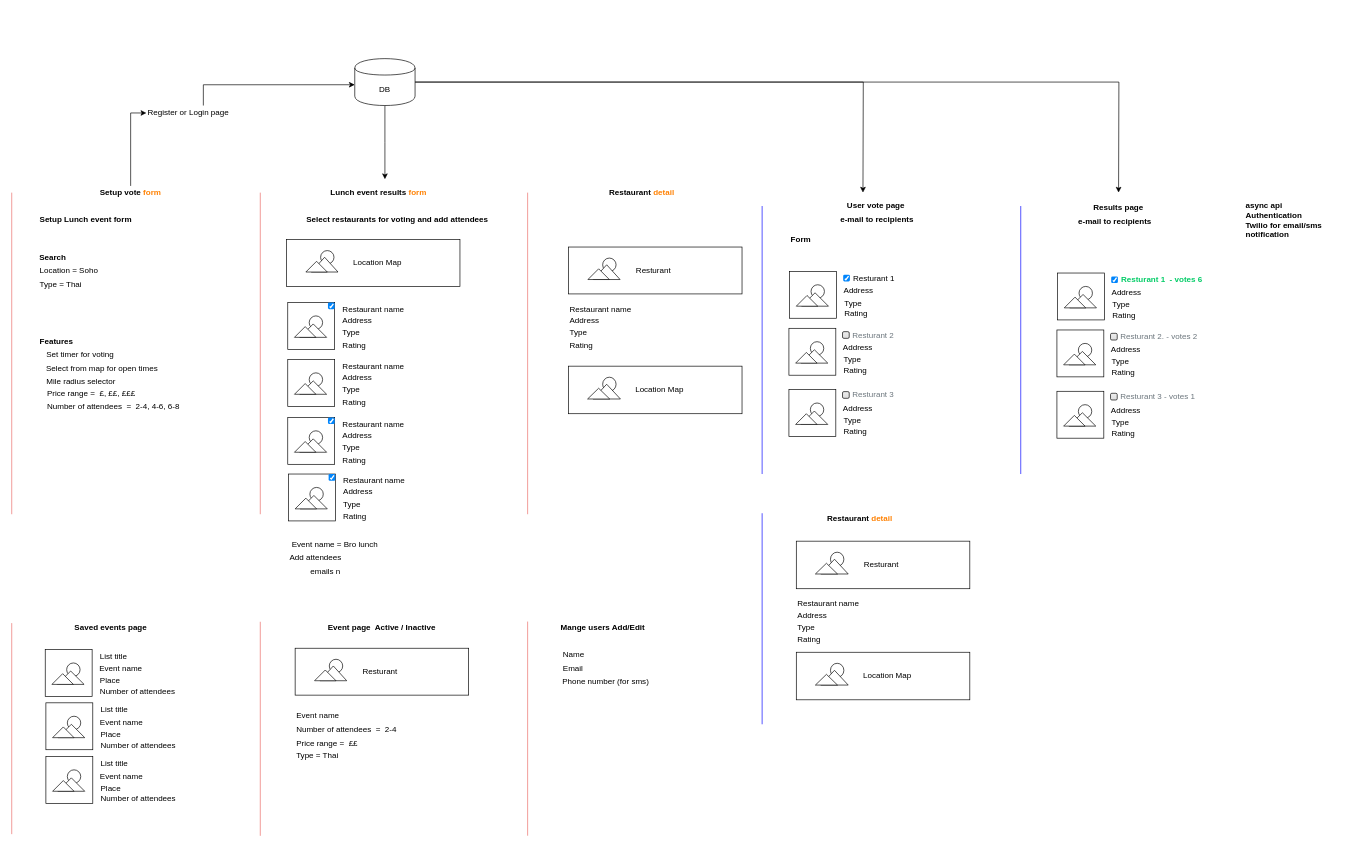
ameenaziz/lunch keeps this draw.io diagram as lunchSystem.drawio. Above is the earlier version. Source tidied: cells renumbered, new cells numbered last; positions are measured from the earlier drawing's top-left corner, leaving out a move shared by most shapes. Both pictures are drawn from the tidied source at 67%, with x=0, y=0 at pixel (11, 58).
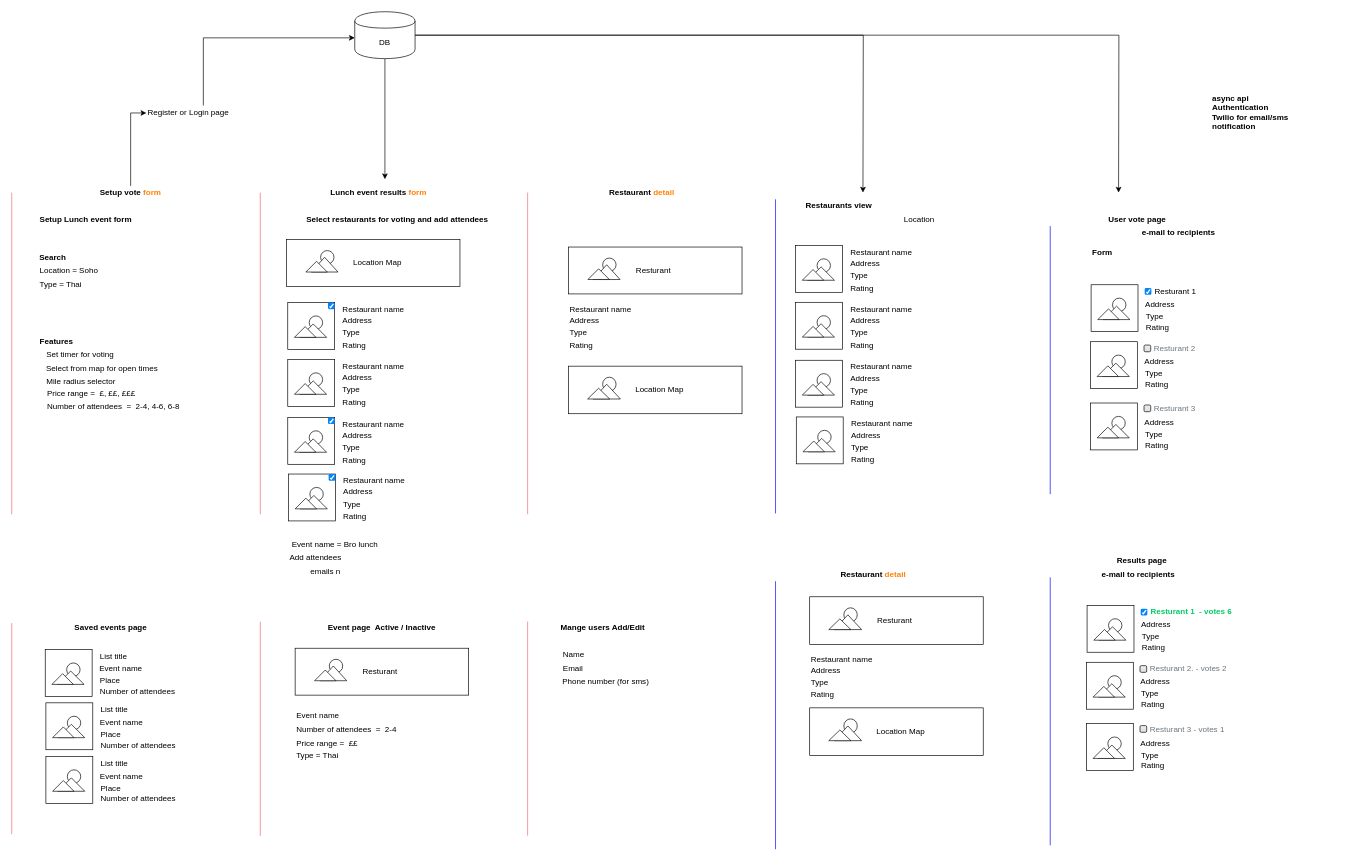
Above is the later version.

Change to the diagram source:
```diff
@@
     <mxCell id="5" value="DB" style="shape=cylinder;whiteSpace=wrap;html=1;boundedLbl=1;backgroundOutline=1;" parent="1" vertex="1">
-      <mxGeometry x="512" width="90" height="70" as="geometry" />
+      <mxGeometry x="512" y="-70" width="90" height="70" as="geometry" />
     </mxCell>
@@
     <mxCell id="50" value="Results page" style="text;html=1;strokeColor=none;fillColor=none;align=center;verticalAlign=middle;whiteSpace=wrap;rounded=0;fontStyle=1;" parent="1" vertex="1">
-      <mxGeometry x="1596.5" y="213" width="110" height="20" as="geometry" />
+      <mxGeometry x="1631.5" y="740" width="110" height="20" as="geometry" />
     </mxCell>
@@
     <mxCell id="53" value="e-mail to recipients" style="text;html=1;strokeColor=none;fillColor=none;align=left;verticalAlign=middle;whiteSpace=wrap;rounded=0;fontStyle=1;" parent="1" vertex="1">
-      <mxGeometry x="1590" y="233" width="170" height="20" as="geometry" />
+      <mxGeometry x="1625" y="760" width="170" height="20" as="geometry" />
     </mxCell>
@@
     <mxCell id="55" value="User vote page" style="text;html=1;strokeColor=none;fillColor=none;align=center;verticalAlign=middle;whiteSpace=wrap;rounded=0;fontStyle=1;" parent="1" vertex="1">
-      <mxGeometry x="1235" y="210" width="110" height="20" as="geometry" />
+      <mxGeometry x="1625" y="230" width="110" height="20" as="geometry" />
     </mxCell>
     <mxCell id="56" value="Form" style="text;html=1;strokeColor=none;fillColor=none;align=left;verticalAlign=middle;whiteSpace=wrap;rounded=0;fontStyle=1;" parent="1" vertex="1">
-      <mxGeometry x="1161" y="260" width="170" height="20" as="geometry" />
+      <mxGeometry x="1611" y="280" width="170" height="20" as="geometry" />
     </mxCell>
@@
     <mxCell id="58" style="endArrow=none;html=1;strokeColor=#0000FF;" parent="1" edge="1">
       <mxGeometry relative="1" as="geometry">
-        <mxPoint x="1506" y="620" as="sourcePoint" />
-        <mxPoint x="1506" y="220" as="targetPoint" />
+        <mxPoint x="1550" y="1174.2" as="sourcePoint" />
+        <mxPoint x="1550" y="774.2" as="targetPoint" />
       </mxGeometry>
     </mxCell>
     <mxCell id="59" style="endArrow=none;html=1;strokeColor=#0000FF;" parent="1" edge="1">
       <mxGeometry relative="1" as="geometry">
-        <mxPoint x="1120" y="620" as="sourcePoint" />
-        <mxPoint x="1120" y="220" as="targetPoint" />
+        <mxPoint x="1550" y="650" as="sourcePoint" />
+        <mxPoint x="1550" y="250" as="targetPoint" />
       </mxGeometry>
     </mxCell>
     <mxCell id="60" value="e-mail to recipients" style="text;html=1;strokeColor=none;fillColor=none;align=left;verticalAlign=middle;whiteSpace=wrap;rounded=0;fontStyle=1;" parent="1" vertex="1">
-      <mxGeometry x="1235" y="230" width="170" height="20" as="geometry" />
+      <mxGeometry x="1685" y="250" width="170" height="20" as="geometry" />
     </mxCell>
@@
     <mxCell id="63" style="group;" parent="1" vertex="1">
-      <mxGeometry x="1161" y="317.5" width="250" height="73" as="geometry" />
+      <mxGeometry x="1611" y="337.5" width="250" height="73" as="geometry" />
     </mxCell>
@@
     <mxCell id="95" style="group;" parent="1" vertex="1">
-      <mxGeometry x="1160" y="402.5" width="250" height="73" as="geometry" />
+      <mxGeometry x="1610" y="422.5" width="250" height="73" as="geometry" />
     </mxCell>
@@
     <mxCell id="111" style="group;" parent="1" vertex="1">
-      <mxGeometry x="1160" y="494" width="250" height="73" as="geometry" />
+      <mxGeometry x="1610" y="514" width="250" height="73" as="geometry" />
     </mxCell>
@@
-    <mxCell id="127" style="endArrow=none;html=1;strokeColor=#0000FF;" parent="1" edge="1">
-      <mxGeometry relative="1" as="geometry">
-        <mxPoint x="1120" y="993.5" as="sourcePoint" />
-        <mxPoint x="1120" y="678.5" as="targetPoint" />
-      </mxGeometry>
-    </mxCell>
     <mxCell id="128" value="Restaurant&lt;font color=&quot;#ff8000&quot;&gt;&amp;nbsp;detail&lt;/font&gt;" style="text;html=1;strokeColor=none;fillColor=none;align=center;verticalAlign=middle;whiteSpace=wrap;rounded=0;fontStyle=1;" parent="1" vertex="1">
-      <mxGeometry x="1211" y="676" width="110" height="21" as="geometry" />
+      <mxGeometry x="1231" y="759" width="110" height="21" as="geometry" />
     </mxCell>
@@
     <mxCell id="168" style="group;" parent="1" vertex="1">
-      <mxGeometry x="1561" y="320" width="250" height="73" as="geometry" />
+      <mxGeometry x="1605" y="816" width="250" height="73" as="geometry" />
     </mxCell>
@@
     <mxCell id="184" style="group;" parent="1" vertex="1">
-      <mxGeometry x="1560" y="405" width="250" height="73" as="geometry" />
+      <mxGeometry x="1604" y="901" width="250" height="73" as="geometry" />
     </mxCell>
@@
     <mxCell id="200" style="group;" parent="1" vertex="1">
-      <mxGeometry x="1560" y="496.5" width="250" height="73" as="geometry" />
+      <mxGeometry x="1604" y="992.5" width="250" height="73" as="geometry" />
     </mxCell>
@@
     <mxCell id="273" style="group;" parent="1" vertex="1">
-      <mxGeometry x="1161" y="720.2" width="269" height="156.8" as="geometry" />
+      <mxGeometry x="1181" y="803.2" width="269" height="156.8" as="geometry" />
     </mxCell>
@@
     <mxCell id="309" style="whiteSpace=wrap;html=1;fontStyle=0;" parent="1" vertex="1">
-      <mxGeometry x="1171" y="886" width="259" height="71" as="geometry" />
+      <mxGeometry x="1191" y="969" width="259" height="71" as="geometry" />
     </mxCell>
     <mxCell id="310" style="group;" parent="1" vertex="1">
-      <mxGeometry x="1171" y="886" width="70" height="71" as="geometry" />
+      <mxGeometry x="1191" y="969" width="70" height="71" as="geometry" />
     </mxCell>
@@
     <mxCell id="319" value="Location Map" style="text;html=1;strokeColor=none;fillColor=none;align=left;verticalAlign=middle;whiteSpace=wrap;rounded=0;" parent="1" vertex="1">
-      <mxGeometry x="1269" y="910" width="80" height="21" as="geometry" />
+      <mxGeometry x="1289" y="993" width="80" height="21" as="geometry" />
     </mxCell>
@@
     <mxCell id="352" value="async api&lt;br&gt;Authentication&amp;nbsp;&lt;br&gt;Twilio for email/sms notification&lt;br&gt;" style="text;html=1;strokeColor=none;fillColor=none;align=left;verticalAlign=middle;whiteSpace=wrap;rounded=0;fontStyle=1;" parent="1" vertex="1">
-      <mxGeometry x="1840" y="201.2" width="170" height="80" as="geometry" />
+      <mxGeometry x="1790" y="40" width="170" height="80" as="geometry" />
     </mxCell>
+    <mxCell id="353" style="group;" parent="1" vertex="1">
+      <mxGeometry x="1171" y="338.2" width="249" height="98.5" as="geometry" />
+    </mxCell>
+    <mxCell id="354" style="group;" parent="353" vertex="1">
+      <mxGeometry x="-10" y="-40" width="58" height="110" as="geometry" />
+    </mxCell>
+    <mxCell id="355" style="group;" parent="353" vertex="1">
+      <mxGeometry x="-1" y="25.5" width="250" height="73" as="geometry" />
+    </mxCell>
+    <mxCell id="356" style="group;" parent="355" vertex="1">
+      <mxGeometry width="250" height="73" as="geometry" />
+    </mxCell>
+    <mxCell id="357" style="whiteSpace=wrap;html=1;fontStyle=0;" parent="356" vertex="1">
+      <mxGeometry width="70" height="70" as="geometry" />
+    </mxCell>
+    <mxCell id="358" value="Restaurant name&amp;nbsp;" style="text;html=1;strokeColor=none;fillColor=none;align=left;verticalAlign=middle;whiteSpace=wrap;rounded=0;" parent="356" vertex="1">
+      <mxGeometry x="80" width="170" height="20" as="geometry" />
+    </mxCell>
+    <mxCell id="359" value="Address&amp;nbsp;" style="text;html=1;strokeColor=none;fillColor=none;align=left;verticalAlign=middle;whiteSpace=wrap;rounded=0;" parent="356" vertex="1">
+      <mxGeometry x="80" y="17" width="170" height="20" as="geometry" />
+    </mxCell>
+    <mxCell id="360" value="Type" style="text;html=1;strokeColor=none;fillColor=none;align=left;verticalAlign=middle;whiteSpace=wrap;rounded=0;" parent="356" vertex="1">
+      <mxGeometry x="80" y="35" width="170" height="20" as="geometry" />
+    </mxCell>
+    <mxCell id="361" style="group;" parent="356" vertex="1">
+      <mxGeometry width="70" height="70" as="geometry" />
+    </mxCell>
+    <mxCell id="362" style="group;" parent="361" vertex="1">
+      <mxGeometry x="10" y="20" width="48" height="32" as="geometry" />
+    </mxCell>
+    <mxCell id="363" style="group;" parent="362" vertex="1">
+      <mxGeometry x="22" width="20" height="20" as="geometry" />
+    </mxCell>
+    <mxCell id="364" style="ellipse;whiteSpace=wrap;html=1;" parent="363" vertex="1">
+      <mxGeometry width="20" height="20" as="geometry" />
+    </mxCell>
+    <mxCell id="365" style="group;" parent="362" vertex="1">
+      <mxGeometry y="12" width="48" height="20" as="geometry" />
+    </mxCell>
+    <mxCell id="366" style="group;" parent="365" vertex="1">
+      <mxGeometry width="48" height="20" as="geometry" />
+    </mxCell>
+    <mxCell id="367" style="group;" parent="366" vertex="1">
+      <mxGeometry width="48" height="20" as="geometry" />
+    </mxCell>
+    <mxCell id="368" style="triangle;whiteSpace=wrap;html=1;rotation=-90;" parent="367" vertex="1">
+      <mxGeometry x="18" y="-10" width="20" height="40" as="geometry" />
+    </mxCell>
+    <mxCell id="369" style="triangle;whiteSpace=wrap;html=1;rotation=-90;" parent="367" vertex="1">
+      <mxGeometry x="8" y="-4" width="16" height="32" as="geometry" />
+    </mxCell>
+    <mxCell id="370" value="Rating" style="text;html=1;" parent="356" vertex="1">
+      <mxGeometry x="80" y="50" width="50" height="23" as="geometry" />
+    </mxCell>
+    <mxCell id="371" style="group;" parent="1" vertex="1">
+      <mxGeometry x="1170" y="450.2" width="250" height="73" as="geometry" />
+    </mxCell>
+    <mxCell id="372" style="group;" parent="371" vertex="1">
+      <mxGeometry width="250" height="73" as="geometry" />
+    </mxCell>
+    <mxCell id="373" style="whiteSpace=wrap;html=1;fontStyle=0;" parent="372" vertex="1">
+      <mxGeometry width="70" height="70" as="geometry" />
+    </mxCell>
+    <mxCell id="374" value="Restaurant name&amp;nbsp;" style="text;html=1;strokeColor=none;fillColor=none;align=left;verticalAlign=middle;whiteSpace=wrap;rounded=0;" parent="372" vertex="1">
+      <mxGeometry x="80" width="170" height="20" as="geometry" />
+    </mxCell>
+    <mxCell id="375" value="Address&amp;nbsp;" style="text;html=1;strokeColor=none;fillColor=none;align=left;verticalAlign=middle;whiteSpace=wrap;rounded=0;" parent="372" vertex="1">
+      <mxGeometry x="80" y="17" width="170" height="20" as="geometry" />
+    </mxCell>
+    <mxCell id="376" value="Type" style="text;html=1;strokeColor=none;fillColor=none;align=left;verticalAlign=middle;whiteSpace=wrap;rounded=0;" parent="372" vertex="1">
+      <mxGeometry x="80" y="35" width="170" height="20" as="geometry" />
+    </mxCell>
+    <mxCell id="377" style="group;" parent="372" vertex="1">
+      <mxGeometry width="70" height="70" as="geometry" />
+    </mxCell>
+    <mxCell id="378" style="group;" parent="377" vertex="1">
+      <mxGeometry x="10" y="20" width="48" height="32" as="geometry" />
+    </mxCell>
+    <mxCell id="379" style="group;" parent="378" vertex="1">
+      <mxGeometry x="22" width="20" height="20" as="geometry" />
+    </mxCell>
+    <mxCell id="380" style="ellipse;whiteSpace=wrap;html=1;" parent="379" vertex="1">
+      <mxGeometry width="20" height="20" as="geometry" />
+    </mxCell>
+    <mxCell id="381" style="group;" parent="378" vertex="1">
+      <mxGeometry y="12" width="48" height="20" as="geometry" />
+    </mxCell>
+    <mxCell id="382" style="group;" parent="381" vertex="1">
+      <mxGeometry width="48" height="20" as="geometry" />
+    </mxCell>
+    <mxCell id="383" style="group;" parent="382" vertex="1">
+      <mxGeometry width="48" height="20" as="geometry" />
+    </mxCell>
+    <mxCell id="384" style="triangle;whiteSpace=wrap;html=1;rotation=-90;" parent="383" vertex="1">
+      <mxGeometry x="18" y="-10" width="20" height="40" as="geometry" />
+    </mxCell>
+    <mxCell id="385" style="triangle;whiteSpace=wrap;html=1;rotation=-90;" parent="383" vertex="1">
+      <mxGeometry x="8" y="-4" width="16" height="32" as="geometry" />
+    </mxCell>
+    <mxCell id="386" value="Rating" style="text;html=1;" parent="372" vertex="1">
+      <mxGeometry x="80" y="50" width="50" height="23" as="geometry" />
+    </mxCell>
+    <mxCell id="387" value="&amp;nbsp;Restaurants view" style="text;html=1;strokeColor=none;fillColor=none;align=left;verticalAlign=middle;whiteSpace=wrap;rounded=0;fontStyle=1;" parent="1" vertex="1">
+      <mxGeometry x="1180" y="210" width="282" height="20" as="geometry" />
+    </mxCell>
+    <mxCell id="388" style="group;" parent="1" vertex="1">
+      <mxGeometry x="1171" y="534.8" width="250" height="73" as="geometry" />
+    </mxCell>
+    <mxCell id="389" style="group;" parent="388" vertex="1">
+      <mxGeometry width="250" height="73" as="geometry" />
+    </mxCell>
+    <mxCell id="390" style="whiteSpace=wrap;html=1;fontStyle=0;" parent="389" vertex="1">
+      <mxGeometry width="70" height="70" as="geometry" />
+    </mxCell>
+    <mxCell id="391" value="Restaurant name&amp;nbsp;" style="text;html=1;strokeColor=none;fillColor=none;align=left;verticalAlign=middle;whiteSpace=wrap;rounded=0;" parent="389" vertex="1">
+      <mxGeometry x="80" width="170" height="20" as="geometry" />
+    </mxCell>
+    <mxCell id="392" value="Address&amp;nbsp;" style="text;html=1;strokeColor=none;fillColor=none;align=left;verticalAlign=middle;whiteSpace=wrap;rounded=0;" parent="389" vertex="1">
+      <mxGeometry x="80" y="17" width="170" height="20" as="geometry" />
+    </mxCell>
+    <mxCell id="393" value="Type" style="text;html=1;strokeColor=none;fillColor=none;align=left;verticalAlign=middle;whiteSpace=wrap;rounded=0;" parent="389" vertex="1">
+      <mxGeometry x="80" y="35" width="170" height="20" as="geometry" />
+    </mxCell>
+    <mxCell id="394" style="group;" parent="389" vertex="1">
+      <mxGeometry width="70" height="70" as="geometry" />
+    </mxCell>
+    <mxCell id="395" style="group;" parent="394" vertex="1">
+      <mxGeometry x="10" y="20" width="48" height="32" as="geometry" />
+    </mxCell>
+    <mxCell id="396" style="group;" parent="395" vertex="1">
+      <mxGeometry x="22" width="20" height="20" as="geometry" />
+    </mxCell>
+    <mxCell id="397" style="ellipse;whiteSpace=wrap;html=1;" parent="396" vertex="1">
+      <mxGeometry width="20" height="20" as="geometry" />
+    </mxCell>
+    <mxCell id="398" style="group;" parent="395" vertex="1">
+      <mxGeometry y="12" width="48" height="20" as="geometry" />
+    </mxCell>
+    <mxCell id="399" style="group;" parent="398" vertex="1">
+      <mxGeometry width="48" height="20" as="geometry" />
+    </mxCell>
+    <mxCell id="400" style="group;" parent="399" vertex="1">
+      <mxGeometry width="48" height="20" as="geometry" />
+    </mxCell>
+    <mxCell id="401" style="triangle;whiteSpace=wrap;html=1;rotation=-90;" parent="400" vertex="1">
+      <mxGeometry x="18" y="-10" width="20" height="40" as="geometry" />
+    </mxCell>
+    <mxCell id="402" style="triangle;whiteSpace=wrap;html=1;rotation=-90;" parent="400" vertex="1">
+      <mxGeometry x="8" y="-4" width="16" height="32" as="geometry" />
+    </mxCell>
+    <mxCell id="403" value="Rating" style="text;html=1;" parent="389" vertex="1">
+      <mxGeometry x="80" y="50" width="50" height="23" as="geometry" />
+    </mxCell>
+    <mxCell id="404" style="group;" parent="1" vertex="1">
+      <mxGeometry x="1170" y="278.8" width="250" height="73" as="geometry" />
+    </mxCell>
+    <mxCell id="405" style="group;" parent="404" vertex="1">
+      <mxGeometry width="250" height="73" as="geometry" />
+    </mxCell>
+    <mxCell id="406" style="group;" parent="405" vertex="1">
+      <mxGeometry width="250" height="73" as="geometry" />
+    </mxCell>
+    <mxCell id="407" style="whiteSpace=wrap;html=1;fontStyle=0;" parent="406" vertex="1">
+      <mxGeometry width="70" height="70" as="geometry" />
+    </mxCell>
+    <mxCell id="408" value="Restaurant name&amp;nbsp;" style="text;html=1;strokeColor=none;fillColor=none;align=left;verticalAlign=middle;whiteSpace=wrap;rounded=0;" parent="406" vertex="1">
+      <mxGeometry x="80" width="170" height="20" as="geometry" />
+    </mxCell>
+    <mxCell id="409" value="Address&amp;nbsp;" style="text;html=1;strokeColor=none;fillColor=none;align=left;verticalAlign=middle;whiteSpace=wrap;rounded=0;" parent="406" vertex="1">
+      <mxGeometry x="80" y="17" width="170" height="20" as="geometry" />
+    </mxCell>
+    <mxCell id="410" value="Type" style="text;html=1;strokeColor=none;fillColor=none;align=left;verticalAlign=middle;whiteSpace=wrap;rounded=0;" parent="406" vertex="1">
+      <mxGeometry x="80" y="35" width="170" height="20" as="geometry" />
+    </mxCell>
+    <mxCell id="411" style="group;" parent="406" vertex="1">
+      <mxGeometry width="70" height="70" as="geometry" />
+    </mxCell>
+    <mxCell id="412" style="group;" parent="411" vertex="1">
+      <mxGeometry x="10" y="20" width="48" height="32" as="geometry" />
+    </mxCell>
+    <mxCell id="413" style="group;" parent="412" vertex="1">
+      <mxGeometry x="22" width="20" height="20" as="geometry" />
+    </mxCell>
+    <mxCell id="414" style="ellipse;whiteSpace=wrap;html=1;" parent="413" vertex="1">
+      <mxGeometry width="20" height="20" as="geometry" />
+    </mxCell>
+    <mxCell id="415" style="group;" parent="412" vertex="1">
+      <mxGeometry y="12" width="48" height="20" as="geometry" />
+    </mxCell>
+    <mxCell id="416" style="group;" parent="415" vertex="1">
+      <mxGeometry width="48" height="20" as="geometry" />
+    </mxCell>
+    <mxCell id="417" style="group;" parent="416" vertex="1">
+      <mxGeometry width="48" height="20" as="geometry" />
+    </mxCell>
+    <mxCell id="418" style="triangle;whiteSpace=wrap;html=1;rotation=-90;" parent="417" vertex="1">
+      <mxGeometry x="18" y="-10" width="20" height="40" as="geometry" />
+    </mxCell>
+    <mxCell id="419" style="triangle;whiteSpace=wrap;html=1;rotation=-90;" parent="417" vertex="1">
+      <mxGeometry x="8" y="-4" width="16" height="32" as="geometry" />
+    </mxCell>
+    <mxCell id="420" value="Rating" style="text;html=1;" parent="406" vertex="1">
+      <mxGeometry x="80" y="50" width="50" height="23" as="geometry" />
+    </mxCell>
+    <mxCell id="421" style="endArrow=none;html=1;strokeColor=#0000FF;" parent="1" edge="1">
+      <mxGeometry relative="1" as="geometry">
+        <mxPoint x="1140" y="678.8" as="sourcePoint" />
+        <mxPoint x="1140" y="210" as="targetPoint" />
+      </mxGeometry>
+    </mxCell>
+    <mxCell id="422" value="Location" style="text;html=1;strokeColor=none;fillColor=none;align=left;verticalAlign=middle;whiteSpace=wrap;rounded=0;" parent="1" vertex="1">
+      <mxGeometry x="1330" y="230" width="80" height="20" as="geometry" />
+    </mxCell>
+    <mxCell id="423" style="endArrow=none;html=1;strokeColor=#0000FF;" parent="1" edge="1">
+      <mxGeometry relative="1" as="geometry">
+        <mxPoint x="1140" y="1180" as="sourcePoint" />
+        <mxPoint x="1140" y="780" as="targetPoint" />
+      </mxGeometry>
+    </mxCell>
```
